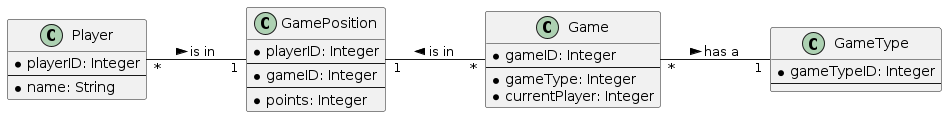
2223-3bhif-syp/Dart-Scoring-App keeps this PlantUML diagram as images/diagram-classes.png. Above is the earlier version.
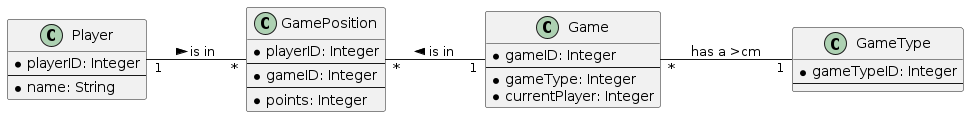
Later version of the same file.

What changed in the source:
```diff
@@ -27,8 +27,8 @@
 * points: Integer
 }
 
-Player "*"--"1" GamePosition : is in >
-GamePosition "1"--"*" Game : is in <
-Game "*"--"1" GameType : has a >
+Player "1"--"*" GamePosition : is in >
+GamePosition "*"--"1" Game : is in <
+Game "*"--"1" GameType : has a >cm
 
 @enduml
```
